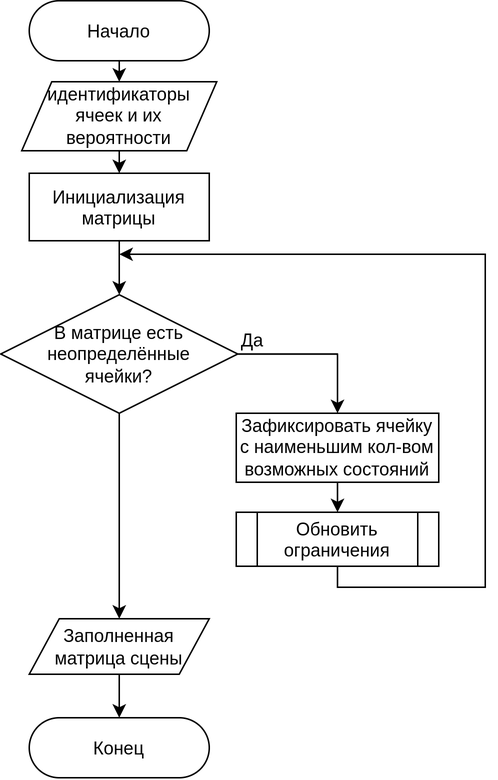
Danilado/IU7-CG-CW keeps this draw.io diagram as docs/img/QWFC.drawio.png. Above is the earlier version. Source tidied: cells renumbered, new cells last; positions are measured from the earlier drawing's top-left corner, leaving out a move shared by most shapes.
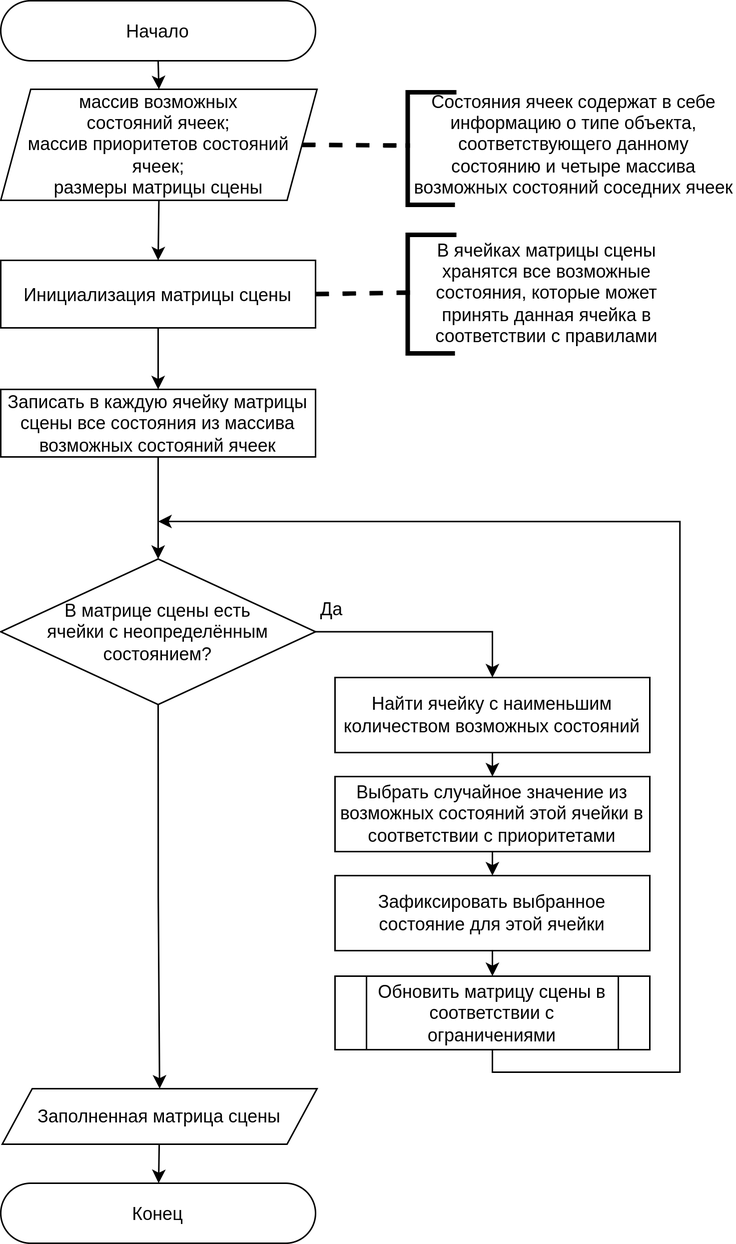
The same file after the commit.

Change to the diagram source:
```diff
@@ -3,56 +3,53 @@
     <mxCell id="0" />
     <mxCell id="1" parent="0" />
     <mxCell id="2" value="Начало" style="rounded=1;arcSize=50;" parent="1" vertex="1">
-      <mxGeometry x="19" width="120" height="40" as="geometry" />
+      <mxGeometry x="-26" y="-141" width="210" height="40" as="geometry" />
     </mxCell>
     <mxCell id="3" value="Конец" style="rounded=1;arcSize=50;" parent="1" vertex="1">
-      <mxGeometry x="19" y="478" width="120" height="40" as="geometry" />
+      <mxGeometry x="-26" y="647" width="210" height="40" as="geometry" />
     </mxCell>
-    <mxCell id="4" value="Инициализация&#10;матрицы" style="rounded=0;" parent="1" vertex="1">
-      <mxGeometry x="19" y="115" width="120" height="45" as="geometry" />
+    <mxCell id="4" value="Инициализация матрицы сцены" style="rounded=0;" parent="1" vertex="1">
+      <mxGeometry x="-26" y="32" width="210" height="45" as="geometry" />
     </mxCell>
-    <mxCell id="5" value="В матрице есть неопределённые &#10;ячейки?" style="rhombus;whiteSpace=wrap;" parent="1" vertex="1">
-      <mxGeometry y="196" width="158" height="79" as="geometry" />
+    <mxCell id="5" value="В матрице сцены есть &#10;ячейки с неопределённым &#10;состоянием?" style="rhombus;whiteSpace=wrap;" parent="1" vertex="1">
+      <mxGeometry x="-26" y="231" width="210" height="97" as="geometry" />
     </mxCell>
     <mxCell id="6" style="endArrow=classic;rounded=0;edgeStyle=orthogonalEdgeStyle;exitX=0.5;exitY=1;exitDx=0;exitDy=0;" parent="1" edge="1" source="13">
       <mxGeometry relative="1" as="geometry">
-        <mxPoint x="79" y="169" as="targetPoint" />
+        <mxPoint x="79" y="206" as="targetPoint" />
         <Array as="points">
-          <mxPoint x="225" y="391" />
-          <mxPoint x="323" y="391" />
-          <mxPoint x="323" y="169" />
+          <mxPoint x="302" y="573" />
+          <mxPoint x="427" y="573" />
+          <mxPoint x="427" y="206" />
         </Array>
       </mxGeometry>
     </mxCell>
     <mxCell id="7" value="Да" style="text;strokeColor=none;fillColor=none;align=center;verticalAlign=middle;rounded=0;" parent="1" vertex="1">
-      <mxGeometry x="138" y="211" width="60" height="30" as="geometry" />
+      <mxGeometry x="165" y="249" width="60" height="30" as="geometry" />
     </mxCell>
-    <mxCell id="8" value="Зафиксировать ячейку с наименьшим кол-вом возможных состояний" style="rounded=0;whiteSpace=wrap;" parent="1" vertex="1">
-      <mxGeometry x="157" y="275" width="135" height="46" as="geometry" />
-    </mxCell>
-    <mxCell id="9" style="endArrow=classic;rounded=0;exitX=1;exitY=0.5;exitDx=0;exitDy=0;entryX=0.5;entryY=0;entryDx=0;entryDy=0;edgeStyle=orthogonalEdgeStyle;" parent="1" edge="1" source="5" target="8">
+    <mxCell id="9" style="endArrow=classic;rounded=0;exitX=1;exitY=0.5;exitDx=0;exitDy=0;entryX=0.5;entryY=0;entryDx=0;entryDy=0;edgeStyle=orthogonalEdgeStyle;" parent="1" edge="1" source="5" target="25">
       <mxGeometry relative="1" as="geometry" />
     </mxCell>
-    <mxCell id="10" style="endArrow=classic;rounded=0;exitX=0.5;exitY=1;exitDx=0;exitDy=0;entryX=0.5;entryY=0;entryDx=0;entryDy=0;" parent="1" edge="1" source="8" target="13">
+    <mxCell id="10" style="endArrow=classic;rounded=0;entryX=0.5;entryY=0;entryDx=0;entryDy=0;exitX=0.5;exitY=1;exitDx=0;exitDy=0;" parent="1" edge="1" source="28" target="13">
       <mxGeometry relative="1" as="geometry" />
     </mxCell>
     <mxCell id="11" style="endArrow=classic;rounded=0;exitX=0.5;exitY=1;exitDx=0;exitDy=0;edgeStyle=orthogonalEdgeStyle;" parent="1" edge="1" source="5" target="15">
       <mxGeometry relative="1" as="geometry" />
     </mxCell>
-    <mxCell id="12" style="endArrow=classic;rounded=0;exitX=0.5;exitY=1;exitDx=0;exitDy=0;entryX=0.5;entryY=0;entryDx=0;entryDy=0;" parent="1" edge="1" source="4" target="5">
+    <mxCell id="12" style="endArrow=classic;rounded=0;entryX=0.5;entryY=0;entryDx=0;entryDy=0;exitX=0.5;exitY=1;exitDx=0;exitDy=0;" parent="1" edge="1" source="19" target="5">
       <mxGeometry relative="1" as="geometry" />
     </mxCell>
-    <mxCell id="13" value="Обновить&#10;ограничения" style="shape=process;backgroundOutline=1;" parent="1" vertex="1">
-      <mxGeometry x="157" y="341" width="135" height="36" as="geometry" />
+    <mxCell id="13" value="Обновить матрицу сцены в соответствии с ограничениями" style="shape=process;backgroundOutline=1;whiteSpace=wrap;" parent="1" vertex="1">
+      <mxGeometry x="197" y="509" width="210" height="49" as="geometry" />
     </mxCell>
     <mxCell id="14" style="edgeStyle=none;" parent="1" edge="1" source="15" target="3">
       <mxGeometry relative="1" as="geometry" />
     </mxCell>
     <mxCell id="15" value="Заполненная матрица сцены" style="shape=parallelogram;perimeter=parallelogramPerimeter;fixedSize=1;whiteSpace=wrap;" parent="1" vertex="1">
-      <mxGeometry x="19" y="412" width="120" height="37" as="geometry" />
+      <mxGeometry x="-25" y="584" width="210" height="37" as="geometry" />
     </mxCell>
-    <mxCell id="16" value="идентификаторы ячеек и их вероятности" style="shape=parallelogram;perimeter=parallelogramPerimeter;fixedSize=1;whiteSpace=wrap;" parent="1" vertex="1">
-      <mxGeometry x="14" y="54" width="130" height="46" as="geometry" />
+    <mxCell id="16" value="массив возможных &#10;состояний ячеек;&#10;массив приоритетов состояний ячеек;&#10;размеры матрицы сцены" style="shape=parallelogram;perimeter=parallelogramPerimeter;fixedSize=1;whiteSpace=wrap;" parent="1" vertex="1">
+      <mxGeometry x="-26" y="-82" width="211" height="74" as="geometry" />
     </mxCell>
     <mxCell id="17" style="endArrow=classic;exitX=0.5;exitY=1;exitDx=0;exitDy=0;entryX=0.5;entryY=0;entryDx=0;entryDy=0;" parent="1" edge="1" source="2" target="16">
       <mxGeometry relative="1" as="geometry" />
@@ -60,5 +57,50 @@
     <mxCell id="18" style="endArrow=classic;exitX=0.5;exitY=1;exitDx=0;exitDy=0;entryX=0.5;entryY=0;entryDx=0;entryDy=0;" parent="1" edge="1" source="16" target="4">
       <mxGeometry relative="1" as="geometry" />
     </mxCell>
+    <mxCell id="19" value="Записать в каждую ячейку матрицы сцены все состояния из массива возможных состояний ячеек" style="rounded=0;whiteSpace=wrap;" parent="1" vertex="1">
+      <mxGeometry x="-26" y="118" width="210" height="45" as="geometry" />
+    </mxCell>
+    <mxCell id="20" style="endArrow=classic;exitX=0.5;exitY=1;exitDx=0;exitDy=0;entryX=0.5;entryY=0;entryDx=0;entryDy=0;" parent="1" edge="1" source="4" target="19">
+      <mxGeometry relative="1" as="geometry" />
+    </mxCell>
+    <mxCell id="21" style="endArrow=none;dashed=1;exitX=1;exitY=0.5;exitDx=0;exitDy=0;strokeWidth=3;entryX=0;entryY=0;entryDx=0;entryDy=0;" parent="1" edge="1" source="4" target="23">
+      <mxGeometry relative="1" as="geometry" />
+    </mxCell>
+    <mxCell id="22" style="shape=partialRectangle;bottom=0;right=0;fillColor=none;direction=north;strokeWidth=3;" parent="1" vertex="1">
+      <mxGeometry x="245.5" y="53.5" width="30" height="40.5" as="geometry" />
+    </mxCell>
+    <mxCell id="23" style="shape=partialRectangle;bottom=0;right=0;fillColor=none;direction=north;strokeWidth=3;flipV=1;" parent="1" vertex="1">
+      <mxGeometry x="245.5" y="15" width="31" height="38.5" as="geometry" />
+    </mxCell>
+    <mxCell id="24" value="В ячейках матрицы сцены хранятся все возможные состояния, которые может принять данная ячейка в соответствии с правилами" style="text;strokeColor=none;fillColor=none;align=center;verticalAlign=middle;rounded=0;strokeWidth=3;whiteSpace=wrap;" parent="1" vertex="1">
+      <mxGeometry x="248.5" y="24.5" width="179" height="58" as="geometry" />
+    </mxCell>
+    <mxCell id="25" value="Найти ячейку с наименьшим количеством возможных состояний" style="rounded=0;strokeWidth=1;whiteSpace=wrap;" parent="1" vertex="1">
+      <mxGeometry x="197" y="310" width="210" height="50" as="geometry" />
+    </mxCell>
+    <mxCell id="26" style="edgeStyle=none;exitX=0.5;exitY=1;exitDx=0;exitDy=0;entryX=0.5;entryY=0;entryDx=0;entryDy=0;strokeWidth=1;" parent="1" edge="1" source="27" target="28">
+      <mxGeometry relative="1" as="geometry" />
+    </mxCell>
+    <mxCell id="27" value="Выбрать случайное значение из возможных состояний этой ячейки в соответствии с приоритетами" style="rounded=0;strokeWidth=1;whiteSpace=wrap;" parent="1" vertex="1">
+      <mxGeometry x="197" y="376" width="210" height="50" as="geometry" />
+    </mxCell>
+    <mxCell id="28" value="Зафиксировать выбранное состояние для этой ячейки" style="rounded=0;strokeWidth=1;whiteSpace=wrap;" parent="1" vertex="1">
+      <mxGeometry x="197" y="442" width="210" height="50" as="geometry" />
+    </mxCell>
+    <mxCell id="29" style="endArrow=classic;strokeWidth=1;entryX=0.5;entryY=0;entryDx=0;entryDy=0;exitX=0.5;exitY=1;exitDx=0;exitDy=0;" parent="1" edge="1" source="25" target="27">
+      <mxGeometry relative="1" as="geometry" />
+    </mxCell>
+    <mxCell id="30" style="endArrow=none;dashed=1;exitX=1;exitY=0.5;exitDx=0;exitDy=0;strokeWidth=3;entryX=0;entryY=0;entryDx=0;entryDy=0;" parent="1" edge="1" source="16" target="32">
+      <mxGeometry relative="1" as="geometry" />
+    </mxCell>
+    <mxCell id="31" style="shape=partialRectangle;bottom=0;right=0;fillColor=none;direction=north;strokeWidth=3;" parent="1" vertex="1">
+      <mxGeometry x="245.5" y="-44.5" width="30" height="39.5" as="geometry" />
+    </mxCell>
+    <mxCell id="32" style="shape=partialRectangle;bottom=0;right=0;fillColor=none;direction=north;strokeWidth=3;flipV=1;" parent="1" vertex="1">
+      <mxGeometry x="245.5" y="-80" width="31" height="35.5" as="geometry" />
+    </mxCell>
+    <mxCell id="33" value="Состояния ячеек содержат в себе информацию о типе объекта, соответствующего данному состоянию и четыре массива возможных состояний соседних ячеек" style="text;strokeColor=none;fillColor=none;align=center;verticalAlign=middle;rounded=0;whiteSpace=wrap;" parent="1" vertex="1">
+      <mxGeometry x="249" y="-75" width="215" height="60" as="geometry" />
+    </mxCell>
   </root>
 </mxGraphModel>
```
